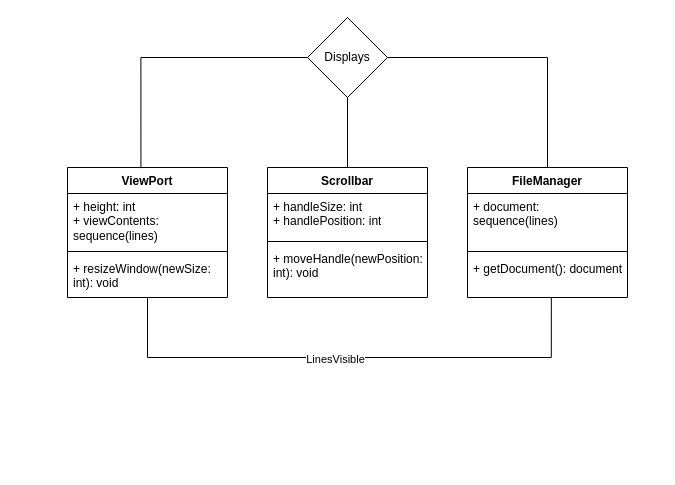
blunik/Architecture keeps this draw.io diagram as Диаграмма без названия.drawio. Above is the earlier version. Source tidied: cells renumbered, new cells numbered last; positions are measured from the earlier drawing's top-left corner, leaving out a move shared by most shapes. Both pictures are drawn from the tidied source at 100%, with x=0, y=0 at pixel (67, 17).
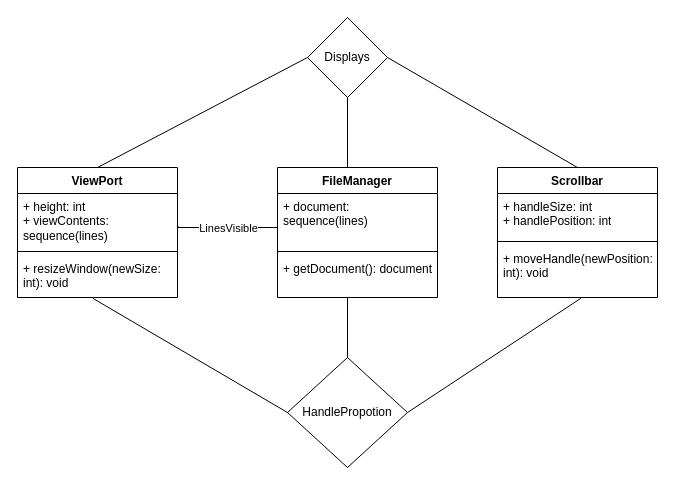
The same page after the edit.

The change refers to these unchanged cells:
```xml
<mxCell id="5" value="+ resizeWindow(newSize: int): void" style="text;strokeColor=none;fillColor=none;align=left;verticalAlign=top;spacingLeft=4;spacingRight=4;overflow=hidden;points=[[0,0.5],[1,0.5]];portConstraint=eastwest;whiteSpace=wrap;html=1;" parent="2" vertex="1">
  <mxGeometry y="88" width="160" height="42" as="geometry" />
</mxCell>
<mxCell id="9" value="+ moveHandle(newPosition: int): void" style="text;strokeColor=none;fillColor=none;align=left;verticalAlign=top;spacingLeft=4;spacingRight=4;overflow=hidden;points=[[0,0.5],[1,0.5]];portConstraint=eastwest;whiteSpace=wrap;html=1;" parent="6" vertex="1">
  <mxGeometry y="78" width="160" height="52" as="geometry" />
</mxCell>
```

Change to the diagram source:
```diff
@@
+    <mxCell id="20" style="rounded=0;jettySize=auto;html=1;exitX=0.5;exitY=0;exitDx=0;exitDy=0;entryX=0;entryY=0.5;entryDx=0;entryDy=0;strokeColor=default;endArrow=none;endFill=0;" parent="1" edge="1" source="2" target="16">
+      <mxGeometry relative="1" as="geometry" />
+    </mxCell>
     <mxCell id="2" value="ViewPort" style="swimlane;fontStyle=1;align=center;verticalAlign=top;horizontal=1;startSize=26;whiteSpace=wrap;html=1;" parent="1" vertex="1">
-      <mxGeometry y="150" width="160" height="130" as="geometry" />
+      <mxGeometry x="-50" y="150" width="160" height="130" as="geometry" />
     </mxCell>
@@
+    <mxCell id="10" value="FileManager" style="swimlane;fontStyle=1;align=center;verticalAlign=top;horizontal=1;startSize=26;whiteSpace=wrap;html=1;" parent="1" vertex="1">
+      <mxGeometry x="210" y="150" width="160" height="130" as="geometry" />
+    </mxCell>
+    <mxCell id="11" value="+ document: sequence(lines)" style="text;strokeColor=none;fillColor=none;align=left;verticalAlign=top;spacingLeft=4;spacingRight=4;overflow=hidden;points=[[0,0.5],[1,0.5]];portConstraint=eastwest;whiteSpace=wrap;html=1;" parent="10" vertex="1">
+      <mxGeometry y="26" width="160" height="54" as="geometry" />
+    </mxCell>
+    <mxCell id="12" style="line;strokeWidth=1;fillColor=none;align=left;verticalAlign=middle;spacingTop=-1;spacingLeft=3;spacingRight=3;labelPosition=right;strokeColor=inherit;" parent="10" vertex="1">
+      <mxGeometry y="80" width="160" height="8" as="geometry" />
+    </mxCell>
+    <mxCell id="13" value="+ getDocument(): document" style="text;strokeColor=none;fillColor=none;align=left;verticalAlign=top;spacingLeft=4;spacingRight=4;overflow=hidden;points=[[0,0.5],[1,0.5]];portConstraint=eastwest;whiteSpace=wrap;html=1;" parent="10" vertex="1">
+      <mxGeometry y="88" width="160" height="42" as="geometry" />
+    </mxCell>
+    <mxCell id="16" value="Displays" style="rhombus;whiteSpace=wrap;html=1;" parent="1" vertex="1">
+      <mxGeometry x="240" width="80" height="80" as="geometry" />
+    </mxCell>
+    <mxCell id="21" value="HandlePropotion" style="rhombus;whiteSpace=wrap;html=1;" parent="1" vertex="1">
+      <mxGeometry x="220" y="340" width="120" height="110" as="geometry" />
+    </mxCell>
+    <mxCell id="22" style="endArrow=none;html=1;edgeStyle=orthogonalEdgeStyle;rounded=0;exitX=0;exitY=0.63;exitDx=0;exitDy=0;exitPerimeter=0;" parent="1" edge="1" source="11">
+      <mxGeometry relative="1" as="geometry">
+        <mxPoint x="111" y="209" as="targetPoint" />
+        <Array as="points">
+          <mxPoint x="110" y="210" />
+          <mxPoint x="110" y="209" />
+          <mxPoint x="111" y="209" />
+        </Array>
+      </mxGeometry>
+    </mxCell>
+    <mxCell id="15" value="LinesVisible" style="edgeLabel;html=1;align=center;verticalAlign=middle;" parent="22" vertex="1">
+      <mxGeometry x="0.34" y="-1" relative="1" as="geometry">
+        <mxPoint x="18" y="1" as="offset" />
+      </mxGeometry>
+    </mxCell>
     <mxCell id="6" value="Scrollbar" style="swimlane;fontStyle=1;align=center;verticalAlign=top;horizontal=1;startSize=26;whiteSpace=wrap;html=1;" parent="1" vertex="1">
-      <mxGeometry x="200" y="150" width="160" height="130" as="geometry" />
+      <mxGeometry x="430" y="150" width="160" height="130" as="geometry" />
     </mxCell>
@@
-    <mxCell id="10" value="FileManager" style="swimlane;fontStyle=1;align=center;verticalAlign=top;horizontal=1;startSize=26;whiteSpace=wrap;html=1;" parent="1" vertex="1">
-      <mxGeometry x="400" y="150" width="160" height="130" as="geometry" />
-    </mxCell>
-    <mxCell id="11" value="+ document: sequence(lines)" style="text;strokeColor=none;fillColor=none;align=left;verticalAlign=top;spacingLeft=4;spacingRight=4;overflow=hidden;points=[[0,0.5],[1,0.5]];portConstraint=eastwest;whiteSpace=wrap;html=1;" parent="10" vertex="1">
-      <mxGeometry y="26" width="160" height="54" as="geometry" />
-    </mxCell>
-    <mxCell id="12" style="line;strokeWidth=1;fillColor=none;align=left;verticalAlign=middle;spacingTop=-1;spacingLeft=3;spacingRight=3;labelPosition=right;strokeColor=inherit;" parent="10" vertex="1">
-      <mxGeometry y="80" width="160" height="8" as="geometry" />
-    </mxCell>
-    <mxCell id="13" value="+ getDocument(): document" style="text;strokeColor=none;fillColor=none;align=left;verticalAlign=top;spacingLeft=4;spacingRight=4;overflow=hidden;points=[[0,0.5],[1,0.5]];portConstraint=eastwest;whiteSpace=wrap;html=1;" parent="10" vertex="1">
-      <mxGeometry y="88" width="160" height="42" as="geometry" />
-    </mxCell>
-    <mxCell id="14" style="endArrow=none;html=1;edgeStyle=orthogonalEdgeStyle;rounded=0;entryX=0.524;entryY=1.007;entryDx=0;entryDy=0;entryPerimeter=0;" parent="1" edge="1" target="13">
-      <mxGeometry relative="1" as="geometry">
-        <mxPoint x="120" y="280" as="sourcePoint" />
-        <Array as="points">
-          <mxPoint x="80" y="280" />
-          <mxPoint x="80" y="340" />
-          <mxPoint x="484" y="340" />
-        </Array>
-      </mxGeometry>
-    </mxCell>
-    <mxCell id="15" value="LinesVisible" style="edgeLabel;html=1;align=center;verticalAlign=middle;" parent="14" vertex="1">
-      <mxGeometry x="0.02" y="-1" relative="1" as="geometry" />
-    </mxCell>
-    <mxCell id="16" value="Displays" style="rhombus;whiteSpace=wrap;html=1;" parent="1" vertex="1">
-      <mxGeometry x="240" width="80" height="80" as="geometry" />
-    </mxCell>
-    <mxCell id="17" style="endArrow=none;html=1;edgeStyle=orthogonalEdgeStyle;rounded=0;exitX=0.5;exitY=1;exitDx=0;exitDy=0;" parent="1" edge="1" source="16" target="6">
-      <mxGeometry relative="1" as="geometry" />
-    </mxCell>
-    <mxCell id="18" style="endArrow=none;html=1;edgeStyle=orthogonalEdgeStyle;rounded=0;exitX=0;exitY=0.5;exitDx=0;exitDy=0;entryX=0.459;entryY=0.005;entryDx=0;entryDy=0;entryPerimeter=0;" parent="1" edge="1" source="16" target="2">
-      <mxGeometry relative="1" as="geometry" />
-    </mxCell>
-    <mxCell id="19" style="endArrow=none;html=1;edgeStyle=orthogonalEdgeStyle;rounded=0;exitX=1;exitY=0.5;exitDx=0;exitDy=0;" parent="1" edge="1" source="16" target="10">
-      <mxGeometry relative="1" as="geometry" />
-    </mxCell>
+    <mxCell id="23" style="rounded=0;jettySize=auto;html=1;exitX=0.5;exitY=0;exitDx=0;exitDy=0;entryX=1;entryY=0.5;entryDx=0;entryDy=0;strokeColor=default;endArrow=none;endFill=0;" parent="1" edge="1" source="6" target="16">
+      <mxGeometry relative="1" as="geometry" />
+    </mxCell>
+    <mxCell id="24" style="rounded=0;jettySize=auto;html=1;entryX=0.5;entryY=1;entryDx=0;entryDy=0;strokeColor=default;endArrow=none;endFill=0;" parent="1" edge="1" target="16">
+      <mxGeometry relative="1" as="geometry">
+        <mxPoint x="280" y="150" as="sourcePoint" />
+      </mxGeometry>
+    </mxCell>
+    <mxCell id="25" style="rounded=0;jettySize=auto;html=1;exitX=0.471;exitY=1.02;exitDx=0;exitDy=0;entryX=0;entryY=0.5;entryDx=0;entryDy=0;strokeColor=default;endArrow=none;endFill=0;exitPerimeter=0;" parent="1" edge="1" source="5" target="21">
+      <mxGeometry relative="1" as="geometry" />
+    </mxCell>
+    <mxCell id="26" style="rounded=0;jettySize=auto;html=1;exitX=0.5;exitY=0;exitDx=0;exitDy=0;strokeColor=default;endArrow=none;endFill=0;" parent="1" edge="1" source="21">
+      <mxGeometry relative="1" as="geometry">
+        <mxPoint x="280" y="280" as="targetPoint" />
+      </mxGeometry>
+    </mxCell>
+    <mxCell id="27" style="rounded=0;jettySize=auto;html=1;exitX=1;exitY=0.5;exitDx=0;exitDy=0;entryX=0.521;entryY=1.016;entryDx=0;entryDy=0;strokeColor=default;endArrow=none;endFill=0;entryPerimeter=0;" parent="1" edge="1" source="21" target="9">
+      <mxGeometry relative="1" as="geometry" />
+    </mxCell>
```
